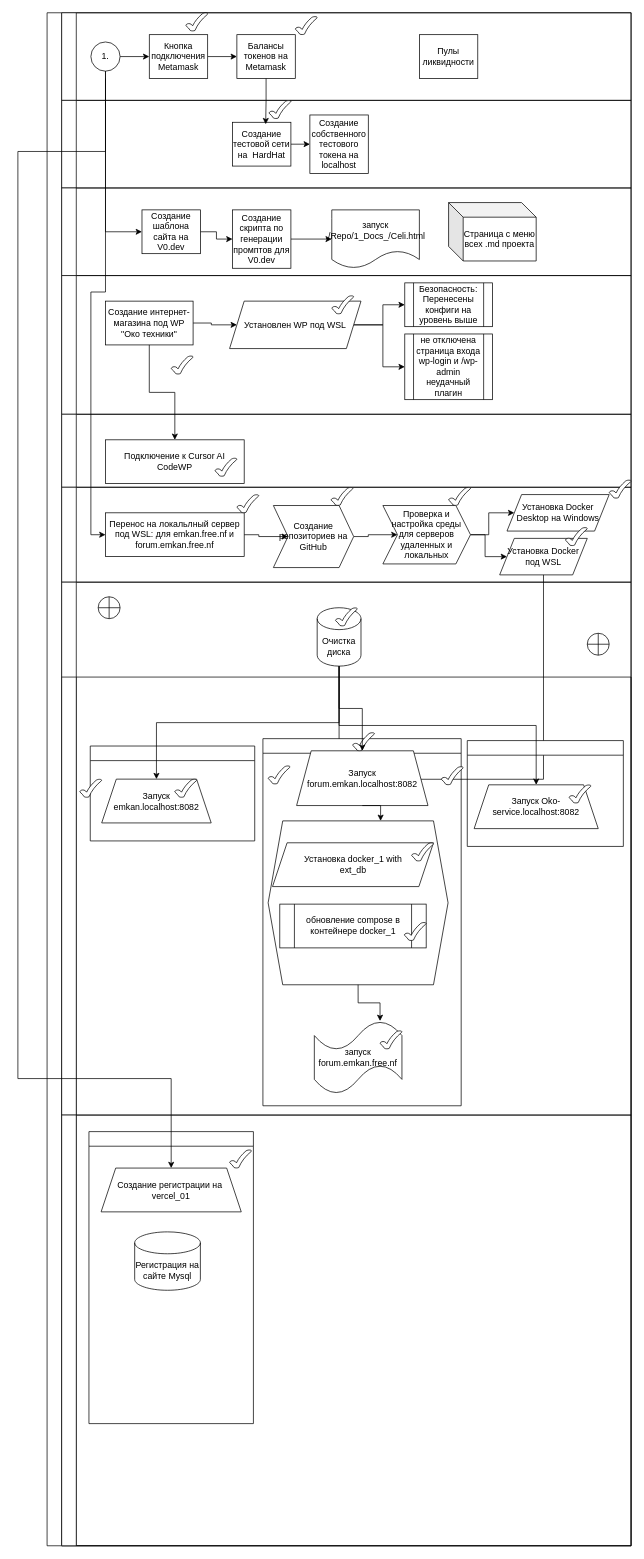
ElvenRivendil/Diagrams_blocks_algoritms keeps this draw.io diagram as ЖИЦЗО.drawio. Above is the earlier version. Source tidied: cells renumbered, new cells numbered last; positions are measured from the earlier drawing's top-left corner, leaving out a move shared by most shapes. Both pictures are drawn from the tidied source at 73%, with x=0, y=0 at pixel (18, 12).
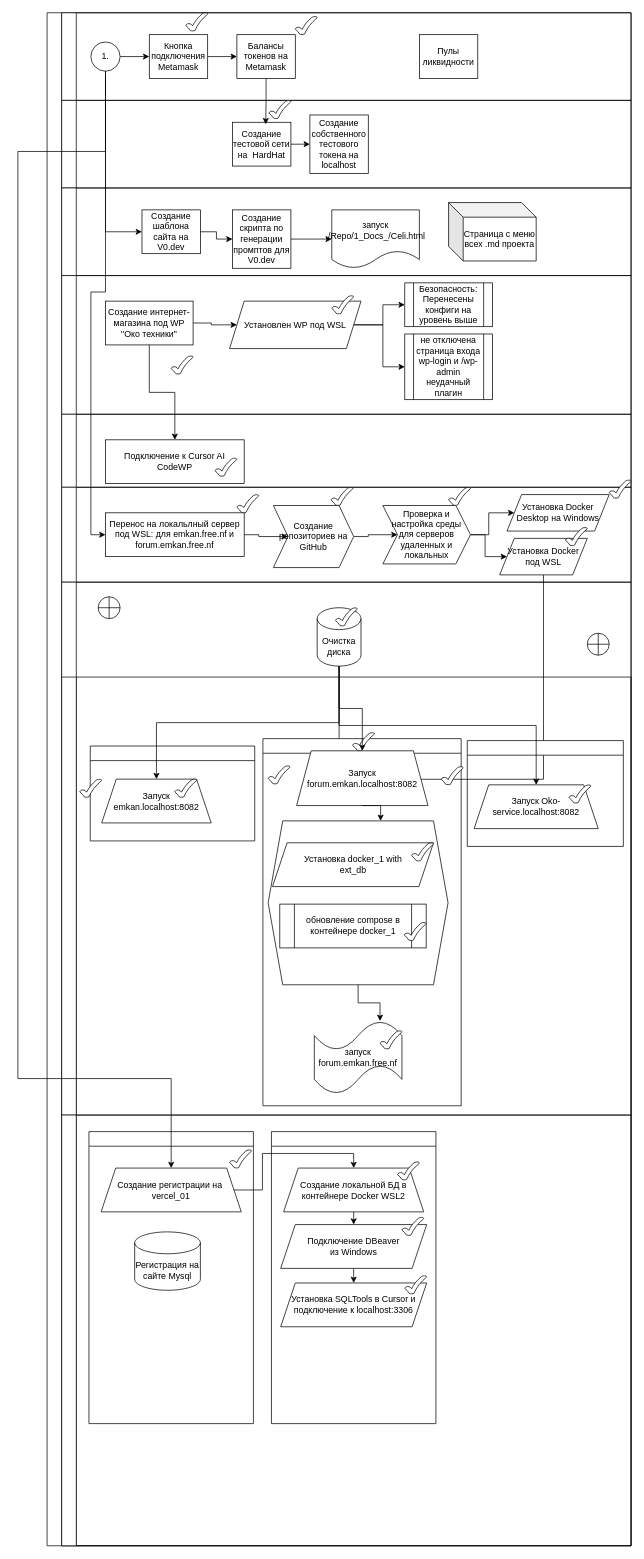
Above is the later version.

Unchanged cells that the change refers to:
```xml
<mxCell id="90" style="swimlane;html=1;startSize=20;horizontal=0;" parent="59" vertex="1">
  <mxGeometry y="730" width="780" height="590" as="geometry" />
</mxCell>
<mxCell id="92" value="Создание регистрации на&amp;nbsp; vercel_01" style="shape=trapezoid;perimeter=trapezoidPerimeter;whiteSpace=wrap;html=1;fixedSize=1;" parent="91" vertex="1">
  <mxGeometry x="104" y="-37.4" width="192" height="60" as="geometry" />
</mxCell>
```

What changed in the source:
```diff
@@
+    <mxCell id="96" style="swimlane;html=1;startSize=20;horizontal=0;rotation=90;" parent="90" vertex="1">
+      <mxGeometry x="200" y="110" width="400" height="225.3" as="geometry" />
+    </mxCell>
+    <mxCell id="97" style="edgeStyle=orthogonalEdgeStyle;rounded=0;jettySize=auto;html=1;exitX=0.5;exitY=1;exitDx=0;exitDy=0;entryX=0.5;entryY=0;entryDx=0;entryDy=0;" parent="96" edge="1" source="98" target="101">
+      <mxGeometry relative="1" as="geometry" />
+    </mxCell>
+    <mxCell id="98" value="Создание локальной БД в контейнере Docker WSL2" style="shape=trapezoid;perimeter=trapezoidPerimeter;whiteSpace=wrap;html=1;fixedSize=1;" parent="96" vertex="1">
+      <mxGeometry x="104" y="-37.4" width="192" height="60" as="geometry" />
+    </mxCell>
+    <mxCell id="99" style="verticalLabelPosition=bottom;verticalAlign=top;html=1;shape=mxgraph.basic.tick;" parent="96" vertex="1">
+      <mxGeometry x="260" y="-46" width="30" height="25" as="geometry" />
+    </mxCell>
+    <mxCell id="100" style="edgeStyle=orthogonalEdgeStyle;rounded=0;jettySize=auto;html=1;exitX=0.5;exitY=1;exitDx=0;exitDy=0;entryX=0.5;entryY=0;entryDx=0;entryDy=0;" parent="96" edge="1" source="101" target="102">
+      <mxGeometry relative="1" as="geometry" />
+    </mxCell>
+    <mxCell id="101" value="Подключение DBeaver &lt;br&gt;из Windows" style="shape=parallelogram;perimeter=parallelogramPerimeter;whiteSpace=wrap;html=1;fixedSize=1;" parent="96" vertex="1">
+      <mxGeometry x="100" y="40" width="200" height="60" as="geometry" />
+    </mxCell>
+    <mxCell id="102" value="Установка SQLTools в Cursor и подключение к localhost:3306" style="shape=parallelogram;perimeter=parallelogramPerimeter;whiteSpace=wrap;html=1;fixedSize=1;" parent="96" vertex="1">
+      <mxGeometry x="100" y="120" width="200" height="60" as="geometry" />
+    </mxCell>
+    <mxCell id="103" style="verticalLabelPosition=bottom;verticalAlign=top;html=1;shape=mxgraph.basic.tick;" parent="96" vertex="1">
+      <mxGeometry x="266" y="30" width="30" height="25" as="geometry" />
+    </mxCell>
+    <mxCell id="104" style="verticalLabelPosition=bottom;verticalAlign=top;html=1;shape=mxgraph.basic.tick;" parent="96" vertex="1">
+      <mxGeometry x="270" y="110" width="30" height="25" as="geometry" />
+    </mxCell>
+    <mxCell id="105" style="edgeStyle=orthogonalEdgeStyle;rounded=0;jettySize=auto;html=1;exitX=1;exitY=0.5;exitDx=0;exitDy=0;entryX=0.5;entryY=0;entryDx=0;entryDy=0;" parent="90" edge="1" source="92" target="98">
+      <mxGeometry relative="1" as="geometry" />
+    </mxCell>
```
